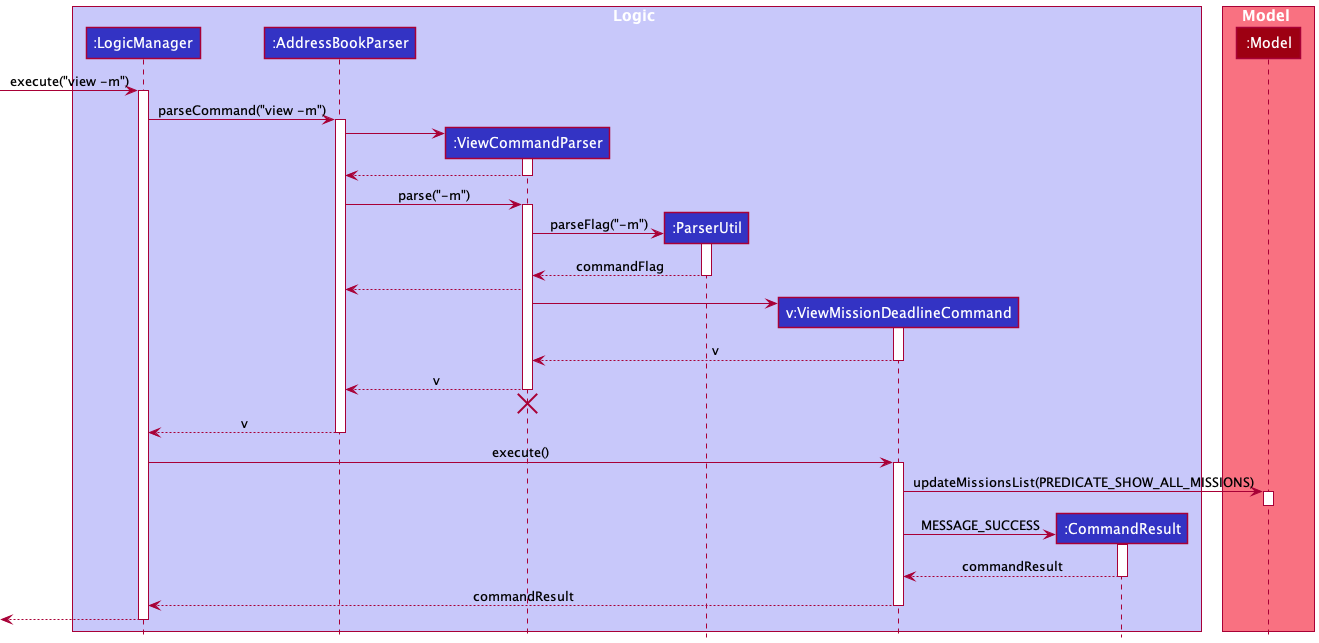
Above: docs/images/ViewMissionDeadlineSequenceDiagram.png in wireseo/tp (PlantUML), before the change.
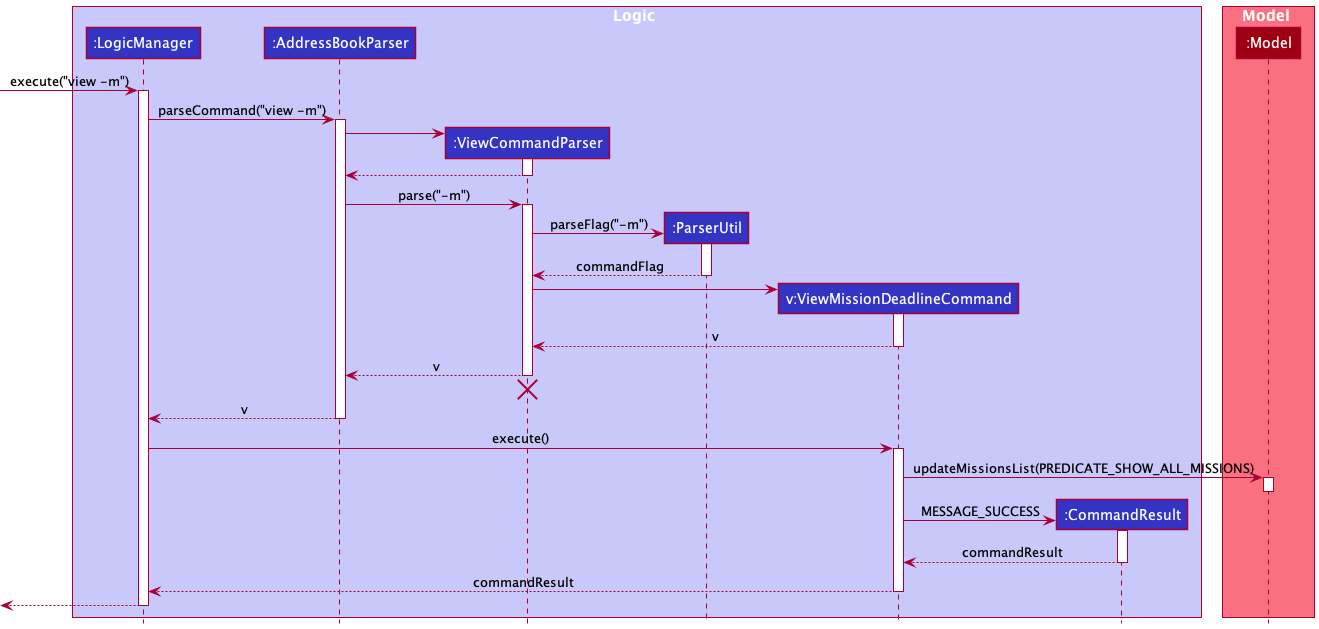
The same file after the commit.

What changed in the source:
```diff
@@ -37,8 +37,6 @@
 ParserUtil --> ViewCommandParser : commandFlag
 deactivate ParserUtil
 
-ViewCommandParser --> AddressBookParser
-
 create ViewMissionDeadlineCommand
 ViewCommandParser -> ViewMissionDeadlineCommand
 activate ViewMissionDeadlineCommand
```
